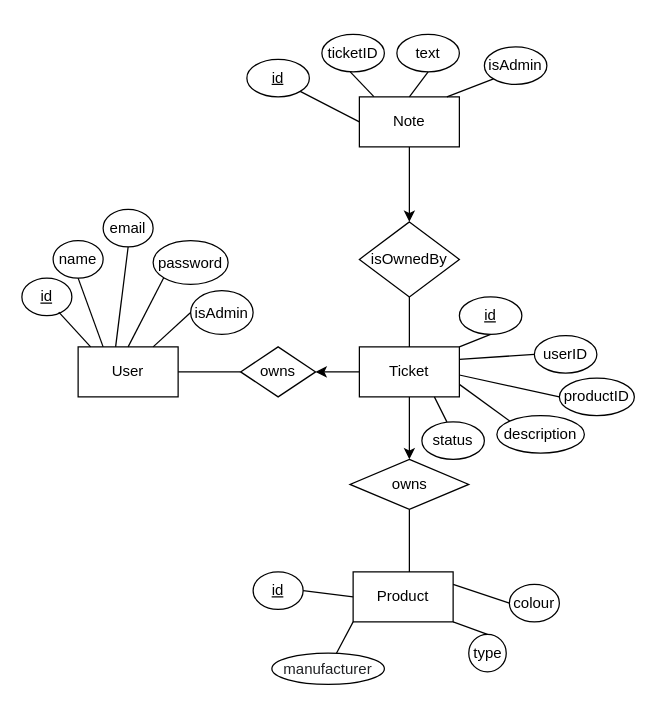
Above: Untitled.drawio in Zhongqi0402/Digital_Support_Center (draw.io), before the change. Source tidied: cells renumbered, new cells numbered last; positions are measured from the earlier drawing's top-left corner, leaving out a move shared by most shapes. Both pictures are drawn from the tidied source at 125%, with x=0, y=0 at pixel (21, 34).
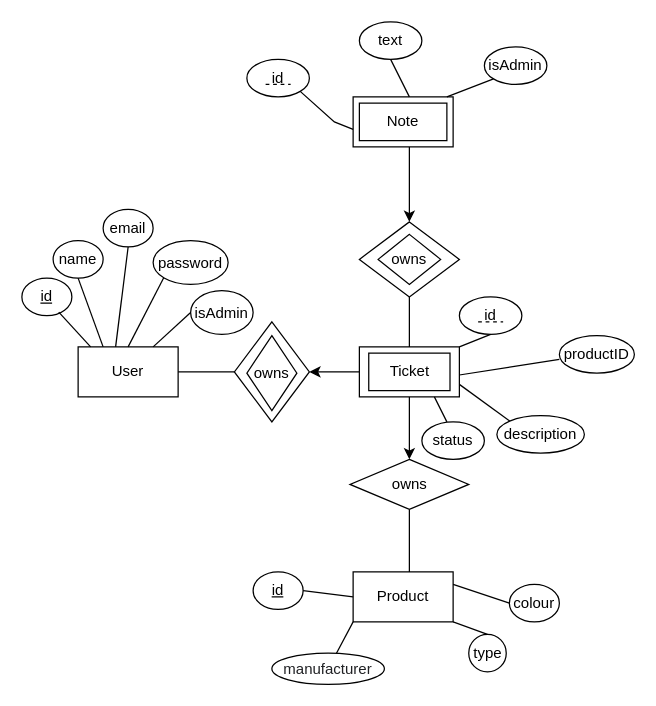
After the change.

Unchanged cells that the change refers to:
```xml
<mxCell id="8" value="User" style="rounded=0;whiteSpace=wrap;html=1;" parent="1" vertex="1">
  <mxGeometry x="45" y="250" width="80" height="40" as="geometry" />
</mxCell>
```

Diff of the diagram source:
```diff
@@
-    <mxCell id="2" style="edgeStyle=orthogonalEdgeStyle;rounded=0;jettySize=auto;html=1;entryX=0.5;entryY=0;entryDx=0;entryDy=0;" parent="1" edge="1" source="3" target="9">
-      <mxGeometry relative="1" as="geometry" />
+    <mxCell id="2" style="edgeStyle=orthogonalEdgeStyle;rounded=0;jettySize=auto;html=1;entryX=0.5;entryY=0;entryDx=0;entryDy=0;" parent="1" edge="1" source="3">
+      <mxGeometry relative="1" as="geometry">
+        <mxPoint x="310" y="150" as="targetPoint" />
+        <Array as="points">
+          <mxPoint x="310" y="100" />
+        </Array>
+      </mxGeometry>
     </mxCell>
-    <mxCell id="3" value="Note" style="rounded=0;whiteSpace=wrap;html=1;" parent="1" vertex="1">
-      <mxGeometry x="270" y="50" width="80" height="40" as="geometry" />
+    <mxCell id="3" style="rounded=0;whiteSpace=wrap;html=1;" parent="1" vertex="1">
+      <mxGeometry x="265" y="50" width="80" height="40" as="geometry" />
     </mxCell>
@@
-    <mxCell id="5" style="edgeStyle=orthogonalEdgeStyle;rounded=0;jettySize=auto;html=1;exitX=0;exitY=0.5;exitDx=0;exitDy=0;fontSize=12;" parent="1" edge="1" source="7" target="10">
-      <mxGeometry relative="1" as="geometry" />
+    <mxCell id="5" style="edgeStyle=orthogonalEdgeStyle;rounded=0;jettySize=auto;html=1;exitX=0;exitY=0.5;exitDx=0;exitDy=0;fontSize=12;" parent="1" edge="1" source="7">
+      <mxGeometry relative="1" as="geometry">
+        <mxPoint x="230" y="270" as="targetPoint" />
+      </mxGeometry>
     </mxCell>
@@
-    <mxCell id="7" value="Ticket" style="rounded=0;whiteSpace=wrap;html=1;" parent="1" vertex="1">
+    <mxCell id="7" style="rounded=0;whiteSpace=wrap;html=1;" parent="1" vertex="1">
       <mxGeometry x="270" y="250" width="80" height="40" as="geometry" />
     </mxCell>
@@
-    <mxCell id="9" value="isOwnedBy" style="rhombus;whiteSpace=wrap;html=1;" parent="1" vertex="1">
-      <mxGeometry x="270" y="150" width="80" height="60" as="geometry" />
-    </mxCell>
-    <mxCell id="10" value="owns" style="rhombus;whiteSpace=wrap;html=1;" parent="1" vertex="1">
-      <mxGeometry x="175" y="250" width="60" height="40" as="geometry" />
-    </mxCell>
-    <mxCell id="11" style="endArrow=none;html=1;rounded=0;exitX=1;exitY=0.5;exitDx=0;exitDy=0;entryX=0;entryY=0.5;entryDx=0;entryDy=0;" parent="1" edge="1" source="8" target="10">
-      <mxGeometry relative="1" as="geometry" />
+    <mxCell id="11" style="endArrow=none;html=1;rounded=0;exitX=1;exitY=0.5;exitDx=0;exitDy=0;entryX=0;entryY=0.5;entryDx=0;entryDy=0;" parent="1" edge="1" source="8">
+      <mxGeometry relative="1" as="geometry">
+        <mxPoint x="170" y="270" as="targetPoint" />
+      </mxGeometry>
     </mxCell>
-    <mxCell id="12" style="endArrow=none;html=1;rounded=0;exitX=0.5;exitY=0;exitDx=0;exitDy=0;" parent="1" edge="1" source="7" target="9">
-      <mxGeometry relative="1" as="geometry" />
+    <mxCell id="12" style="endArrow=none;html=1;rounded=0;exitX=0.5;exitY=0;exitDx=0;exitDy=0;" parent="1" edge="1" source="7">
+      <mxGeometry relative="1" as="geometry">
+        <mxPoint x="310" y="210" as="targetPoint" />
+      </mxGeometry>
     </mxCell>
@@
-    <mxCell id="14" value="&lt;u&gt;id&lt;/u&gt;" style="ellipse;whiteSpace=wrap;html=1;" parent="1" vertex="1">
+    <mxCell id="14" value="id" style="ellipse;whiteSpace=wrap;html=1;" parent="1" vertex="1">
       <mxGeometry x="180" y="20" width="50" height="30" as="geometry" />
     </mxCell>
-    <mxCell id="15" value="ticketID" style="ellipse;whiteSpace=wrap;html=1;" parent="1" vertex="1">
-      <mxGeometry x="240" width="50" height="30" as="geometry" />
-    </mxCell>
     <mxCell id="16" value="text" style="ellipse;whiteSpace=wrap;html=1;" parent="1" vertex="1">
-      <mxGeometry x="300" width="50" height="30" as="geometry" />
+      <mxGeometry x="270" y="-10" width="50" height="30" as="geometry" />
     </mxCell>
@@
-    <mxCell id="18" style="endArrow=none;html=1;rounded=0;entryX=0;entryY=0.5;entryDx=0;entryDy=0;exitX=1;exitY=1;exitDx=0;exitDy=0;" parent="1" edge="1" source="14" target="3">
-      <mxGeometry relative="1" as="geometry" />
+    <mxCell id="18" style="endArrow=none;html=1;rounded=0;exitX=1;exitY=1;exitDx=0;exitDy=0;entryX=0;entryY=0.65;entryDx=0;entryDy=0;entryPerimeter=0;" parent="1" edge="1" source="14" target="3">
+      <mxGeometry relative="1" as="geometry">
+        <Array as="points">
+          <mxPoint x="250" y="70" />
+        </Array>
+      </mxGeometry>
     </mxCell>
-    <mxCell id="19" style="endArrow=none;html=1;rounded=0;entryX=0.145;entryY=-0.006;entryDx=0;entryDy=0;exitX=1;exitY=1;exitDx=0;exitDy=0;entryPerimeter=0;" parent="1" edge="1" target="3">
-      <mxGeometry relative="1" as="geometry">
-        <mxPoint x="262.7" y="30" as="sourcePoint" />
-      </mxGeometry>
-    </mxCell>
@@
-    <mxCell id="22" value="&lt;u&gt;id&lt;/u&gt;" style="ellipse;whiteSpace=wrap;html=1;" parent="1" vertex="1">
+    <mxCell id="22" value="id" style="ellipse;whiteSpace=wrap;html=1;" parent="1" vertex="1">
       <mxGeometry x="350" y="210" width="50" height="30" as="geometry" />
     </mxCell>
-    <mxCell id="23" value="userID" style="ellipse;whiteSpace=wrap;html=1;" parent="1" vertex="1">
-      <mxGeometry x="410" y="241" width="50" height="30" as="geometry" />
-    </mxCell>
     <mxCell id="24" value="productID" style="ellipse;whiteSpace=wrap;html=1;" parent="1" vertex="1">
-      <mxGeometry x="430" y="275" width="60" height="30" as="geometry" />
+      <mxGeometry x="430" y="241" width="60" height="30" as="geometry" />
     </mxCell>
@@
-    <mxCell id="28" style="endArrow=none;html=1;rounded=0;entryX=0;entryY=0.5;entryDx=0;entryDy=0;exitX=1;exitY=0.25;exitDx=0;exitDy=0;" parent="1" edge="1" source="7" target="23">
-      <mxGeometry relative="1" as="geometry" />
-    </mxCell>
-    <mxCell id="29" style="endArrow=none;html=1;rounded=0;entryX=0;entryY=0.5;entryDx=0;entryDy=0;exitX=1;exitY=0.25;exitDx=0;exitDy=0;" parent="1" edge="1" target="24">
+    <mxCell id="29" style="endArrow=none;html=1;rounded=0;exitX=1;exitY=0.25;exitDx=0;exitDy=0;" parent="1" edge="1">
       <mxGeometry relative="1" as="geometry">
         <mxPoint x="350" y="272.5" as="sourcePoint" />
+        <mxPoint x="430" y="260" as="targetPoint" />
       </mxGeometry>
     </mxCell>
@@
+    <mxCell id="51" style="rhombus;whiteSpace=wrap;html=1;" parent="1" vertex="1">
+      <mxGeometry x="170" y="230" width="60" height="80" as="geometry" />
+    </mxCell>
+    <mxCell id="52" value="owns" style="rhombus;whiteSpace=wrap;html=1;" parent="1" vertex="1">
+      <mxGeometry x="180" y="241" width="40" height="60" as="geometry" />
+    </mxCell>
+    <mxCell id="53" style="rhombus;whiteSpace=wrap;html=1;" parent="1" vertex="1">
+      <mxGeometry x="270" y="150" width="80" height="60" as="geometry" />
+    </mxCell>
+    <mxCell id="54" value="owns" style="rhombus;whiteSpace=wrap;html=1;" parent="1" vertex="1">
+      <mxGeometry x="285" y="160" width="50" height="40" as="geometry" />
+    </mxCell>
+    <mxCell id="55" value="Note" style="rounded=0;whiteSpace=wrap;html=1;" parent="1" vertex="1">
+      <mxGeometry x="270" y="55" width="70" height="30" as="geometry" />
+    </mxCell>
+    <mxCell id="56" value="Ticket" style="rounded=0;whiteSpace=wrap;html=1;" parent="1" vertex="1">
+      <mxGeometry x="277.5" y="255" width="65" height="30" as="geometry" />
+    </mxCell>
+    <mxCell id="57" style="endArrow=none;dashed=1;html=1;rounded=0;" parent="1" edge="1">
+      <mxGeometry relative="1" as="geometry">
+        <mxPoint x="365" y="230" as="sourcePoint" />
+        <mxPoint x="385" y="230" as="targetPoint" />
+      </mxGeometry>
+    </mxCell>
+    <mxCell id="58" style="endArrow=none;dashed=1;html=1;rounded=0;" parent="1" edge="1">
+      <mxGeometry relative="1" as="geometry">
+        <mxPoint x="195" y="40" as="sourcePoint" />
+        <mxPoint x="215" y="40" as="targetPoint" />
+      </mxGeometry>
+    </mxCell>
```
